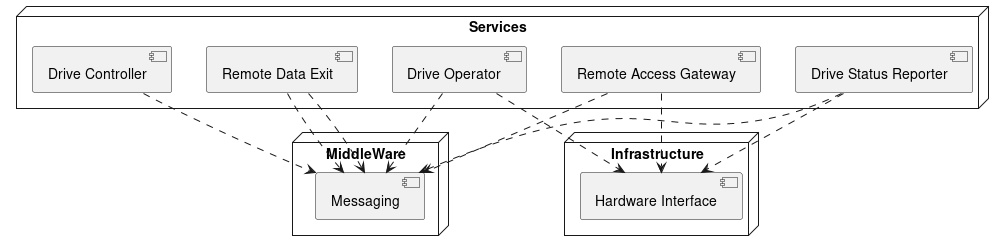
The-Arkitekt/the-robot keeps this PlantUML diagram as design/components.png. Above is the earlier version.
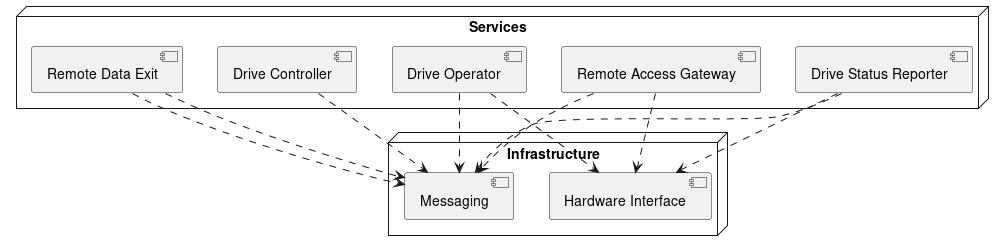
After the commit.

Change to the diagram source:
```diff
@@ -9,11 +9,8 @@
   [Remote Data Exit]    as RDE
 }
 
-node "MiddleWare" {
+node "Infrastructure" {
   [Messaging] as MSG
-}
-
-node "Infrastructure" {
   [Hardware Interface] as HI
 }
 
```
